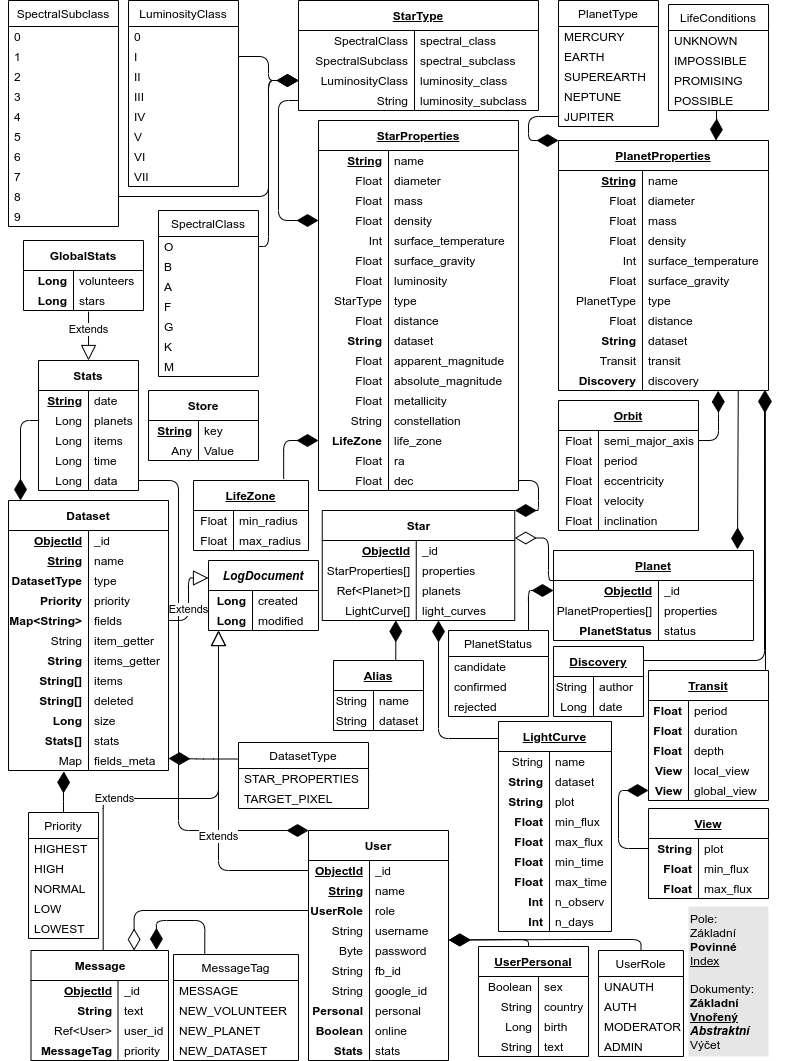
Earlier version of the draw.io export docs/img/db.png (michalstruna/exoplanets-ai). Source tidied: cells renumbered, new cells last; positions are measured from the earlier drawing's top-left corner, leaving out a move shared by most shapes.
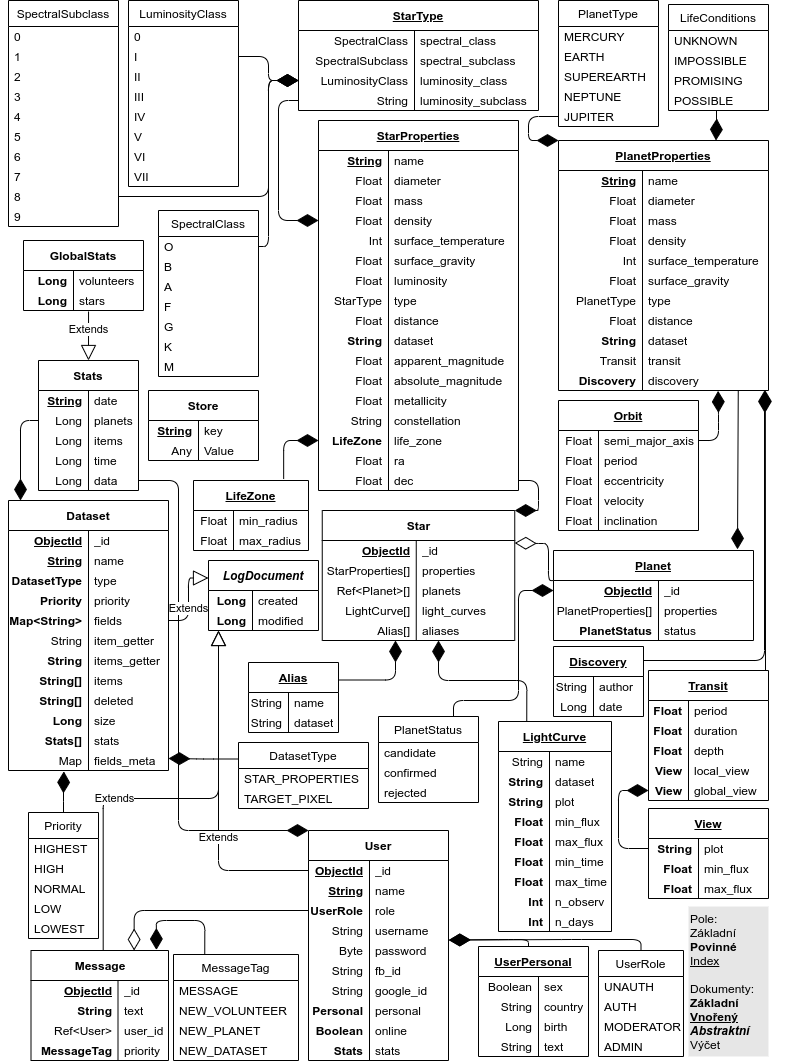
Later version of the same file.

What changed in the source:
```diff
@@ -265,7 +265,8 @@
       <mxGeometry relative="1" as="geometry">
         <Array as="points">
           <mxPoint x="540" y="580" />
-          <mxPoint x="540" y="538" />
+          <mxPoint x="540" y="543" />
+          <mxPoint x="530" y="543" />
         </Array>
       </mxGeometry>
     </mxCell>
@@ -425,7 +426,7 @@
       <mxGeometry x="116" width="124" height="20" as="geometry" />
     </mxCell>
     <mxCell id="137" value="Star" style="shape=table;html=1;whiteSpace=wrap;startSize=30;rowLines=0;fontStyle=1;align=center;strokeColor=#000000;fillColor=none;" parent="1" vertex="1">
-      <mxGeometry x="313.8" y="510" width="192.5" height="110" as="geometry" />
+      <mxGeometry x="313.8" y="510" width="192.5" height="130" as="geometry" />
     </mxCell>
     <mxCell id="138" style="shape=partialRectangle;html=1;whiteSpace=wrap;fillColor=none;top=0;left=0;bottom=0;right=0;" parent="137" vertex="1">
       <mxGeometry y="30" width="192.5" height="20" as="geometry" />
@@ -463,6 +464,15 @@
     <mxCell id="149" value="light_curves" style="shape=partialRectangle;html=1;whiteSpace=wrap;fillColor=none;top=0;left=0;bottom=0;right=0;align=left;spacingLeft=6;overflow=hidden;spacing=0;" parent="147" vertex="1">
       <mxGeometry x="94" width="99" height="20" as="geometry" />
     </mxCell>
+    <mxCell id="438" style="shape=partialRectangle;html=1;whiteSpace=wrap;fillColor=none;top=0;left=0;bottom=0;right=0;points=[[0,0.5],[1,0.5]];portConstraint=eastwest;" parent="137" vertex="1">
+      <mxGeometry y="110" width="192.5" height="20" as="geometry" />
+    </mxCell>
+    <mxCell id="439" value="&lt;span style=&quot;white-space: pre&quot;&gt;&#9;&lt;/span&gt;Alias[]&lt;br&gt;" style="shape=partialRectangle;html=1;whiteSpace=wrap;fillColor=none;top=0;left=0;bottom=0;right=0;overflow=hidden;align=right;spacingLeft=0;spacingRight=6;spacing=0;" parent="438" vertex="1">
+      <mxGeometry width="94" height="20" as="geometry" />
+    </mxCell>
+    <mxCell id="440" value="aliases" style="shape=partialRectangle;html=1;whiteSpace=wrap;fillColor=none;top=0;left=0;bottom=0;right=0;align=left;spacingLeft=6;overflow=hidden;spacing=0;" parent="438" vertex="1">
+      <mxGeometry x="94" width="99" height="20" as="geometry" />
+    </mxCell>
     <mxCell id="150" value="PlanetType" style="swimlane;fontStyle=0;align=center;verticalAlign=top;horizontal=1;startSize=26;strokeColor=#000000;fillColor=none;" parent="1" vertex="1">
       <mxGeometry x="550" width="100" height="126" as="geometry" />
     </mxCell>
@@ -607,7 +617,7 @@
       <mxGeometry y="86" width="100" height="20" as="geometry" />
     </mxCell>
     <mxCell id="196" value="PlanetStatus" style="swimlane;fontStyle=0;align=center;verticalAlign=top;horizontal=1;startSize=26;strokeColor=#000000;fillColor=none;" parent="1" vertex="1">
-      <mxGeometry x="440" y="630" width="100" height="86" as="geometry" />
+      <mxGeometry x="370" y="716" width="100" height="86" as="geometry" />
     </mxCell>
     <mxCell id="197" value="candidate" style="text;strokeColor=none;fillColor=none;align=left;verticalAlign=middle;spacingLeft=6;spacingRight=4;overflow=hidden;spacing=0;" parent="196" vertex="1">
       <mxGeometry y="26" width="100" height="20" as="geometry" />
@@ -1362,24 +1372,25 @@
         </Array>
       </mxGeometry>
     </mxCell>
-    <mxCell id="425" style="endArrow=diamondThin;endFill=1;endSize=19;html=1;rounded=1;edgeStyle=orthogonalEdgeStyle;exitX=0.001;exitY=0.081;exitDx=0;exitDy=0;exitPerimeter=0;" parent="1" edge="1" source="87">
+    <mxCell id="425" style="endArrow=diamondThin;endFill=1;endSize=19;html=1;rounded=1;edgeStyle=orthogonalEdgeStyle;exitX=0.25;exitY=0;exitDx=0;exitDy=0;entryX=0.604;entryY=1;entryDx=0;entryDy=0;entryPerimeter=0;" parent="1" edge="1" source="87" target="438">
       <mxGeometry relative="1" as="geometry">
-        <mxPoint x="430" y="620" as="targetPoint" />
         <Array as="points">
-          <mxPoint x="430" y="738" />
+          <mxPoint x="518" y="680" />
+          <mxPoint x="430" y="680" />
         </Array>
       </mxGeometry>
     </mxCell>
-    <mxCell id="426" style="endArrow=diamondThin;endFill=1;endSize=19;html=1;rounded=1;edgeStyle=orthogonalEdgeStyle;entryX=0;entryY=0.5;entryDx=0;entryDy=0;exitX=0.088;exitY=-0.001;exitDx=0;exitDy=0;exitPerimeter=0;" parent="1" edge="1" target="76">
+    <mxCell id="426" style="endArrow=diamondThin;endFill=1;endSize=19;html=1;rounded=1;edgeStyle=orthogonalEdgeStyle;entryX=0;entryY=0.5;entryDx=0;entryDy=0;exitX=0.75;exitY=0;exitDx=0;exitDy=0;" parent="1" edge="1" source="196" target="76">
       <mxGeometry relative="1" as="geometry">
-        <mxPoint x="520" y="630" as="sourcePoint" />
         <Array as="points">
-          <mxPoint x="520" y="590" />
+          <mxPoint x="445" y="700" />
+          <mxPoint x="510" y="700" />
+          <mxPoint x="510" y="590" />
         </Array>
       </mxGeometry>
     </mxCell>
     <mxCell id="427" value="&lt;u&gt;Alias&lt;/u&gt;" style="shape=table;html=1;whiteSpace=wrap;startSize=30;rowLines=0;fontStyle=1;align=center;strokeColor=#000000;fillColor=none;" parent="1" vertex="1">
-      <mxGeometry x="325" y="660" width="90" height="70" as="geometry" />
+      <mxGeometry x="240" y="662" width="90" height="70" as="geometry" />
     </mxCell>
     <mxCell id="428" style="shape=partialRectangle;html=1;whiteSpace=wrap;fillColor=none;top=0;left=0;bottom=0;right=0;" parent="427" vertex="1">
       <mxGeometry y="30" width="90" height="20" as="geometry" />
@@ -1411,8 +1422,10 @@
         </Array>
       </mxGeometry>
     </mxCell>
-    <mxCell id="436" style="endArrow=diamondThin;endFill=1;endSize=19;html=1;rounded=1;edgeStyle=orthogonalEdgeStyle;entryX=0.382;entryY=0.996;entryDx=0;entryDy=0;entryPerimeter=0;exitX=0.692;exitY=0;exitDx=0;exitDy=0;exitPerimeter=0;" parent="1" edge="1" source="427" target="147">
-      <mxGeometry relative="1" as="geometry" />
+    <mxCell id="436" style="endArrow=diamondThin;endFill=1;endSize=19;html=1;rounded=1;edgeStyle=orthogonalEdgeStyle;exitX=1;exitY=0.25;exitDx=0;exitDy=0;" parent="1" edge="1" source="427">
+      <mxGeometry relative="1" as="geometry">
+        <mxPoint x="387" y="640" as="targetPoint" />
+      </mxGeometry>
     </mxCell>
     <mxCell id="437" style="endArrow=diamondThin;endFill=1;endSize=19;html=1;rounded=1;edgeStyle=orthogonalEdgeStyle;exitX=0;exitY=0.25;exitDx=0;exitDy=0;entryX=1;entryY=0.399;entryDx=0;entryDy=0;entryPerimeter=0;" parent="1" edge="1" source="261" target="258">
       <mxGeometry relative="1" as="geometry" />
```
